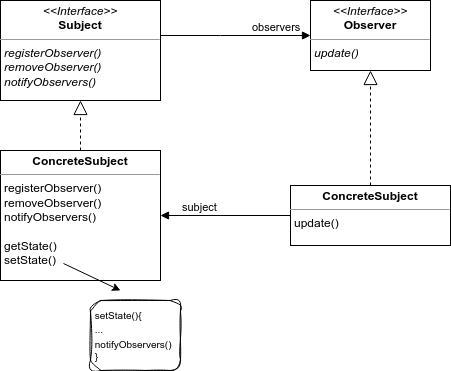
Before: 02.Observer/ObserverDiagram.drawio.png, a diagram exported from draw.io (StanlyShauro/head-first-2020-ruby-design-patterns). Source tidied: cells renumbered, new cells last; positions are measured from the earlier drawing's top-left corner, leaving out a move shared by most shapes.
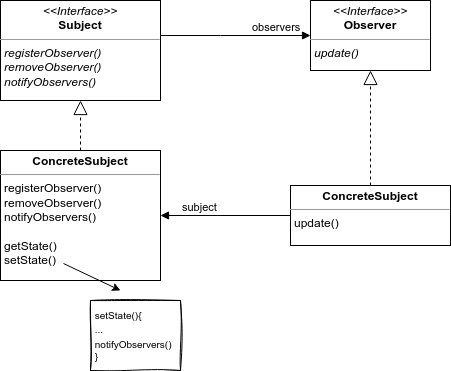
After the change.

Change to the diagram source:
```diff
@@ -41,7 +41,7 @@
         <mxPoint x="-110" as="offset" />
       </mxGeometry>
     </mxCell>
-    <mxCell id="12" value="&lt;font style=&quot;font-size: 10px;&quot;&gt;&amp;nbsp;setState(){&lt;br&gt;&amp;nbsp;...&lt;br&gt;&amp;nbsp;notifyObservers()&lt;br&gt;&lt;/font&gt;&lt;div style=&quot;font-size: 10px;&quot;&gt;&lt;span style=&quot;background-color: initial;&quot;&gt;&lt;font style=&quot;font-size: 10px;&quot;&gt;&amp;nbsp;}&lt;/font&gt;&lt;/span&gt;&lt;/div&gt;" style="text;html=1;strokeColor=default;fillColor=none;align=left;verticalAlign=middle;whiteSpace=wrap;rounded=1;glass=0;shadow=0;sketch=1;curveFitting=1;jiggle=2;perimeterSpacing=0;" parent="1" vertex="1">
+    <mxCell id="12" value="&lt;font style=&quot;font-size: 10px;&quot;&gt;&amp;nbsp;setState(){&lt;br&gt;&amp;nbsp;...&lt;br&gt;&amp;nbsp;notifyObservers()&lt;br&gt;&lt;/font&gt;&lt;div style=&quot;font-size: 10px;&quot;&gt;&lt;span style=&quot;background-color: initial;&quot;&gt;&lt;font style=&quot;font-size: 10px;&quot;&gt;&amp;nbsp;}&lt;/font&gt;&lt;/span&gt;&lt;/div&gt;" style="text;html=1;strokeColor=default;fillColor=none;align=left;verticalAlign=middle;whiteSpace=wrap;rounded=0;glass=0;shadow=0;sketch=1;curveFitting=1;jiggle=2;perimeterSpacing=0;" parent="1" vertex="1">
       <mxGeometry x="90" y="300" width="90" height="70" as="geometry" />
     </mxCell>
     <mxCell id="13" style="endArrow=classic;html=1;" parent="1" edge="1">
```
